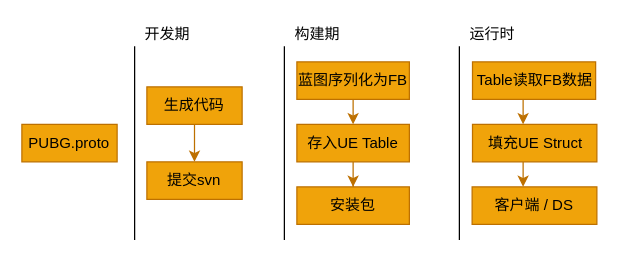
imzoer/design-pattern keeps this draw.io diagram as proto2.drawio. Above is the earlier version. Source tidied: cells renumbered, new cells numbered last; positions are measured from the earlier drawing's top-left corner, leaving out a move shared by most shapes. Both pictures are drawn from the tidied source at 125%, with x=0, y=0 at pixel (21, 21).
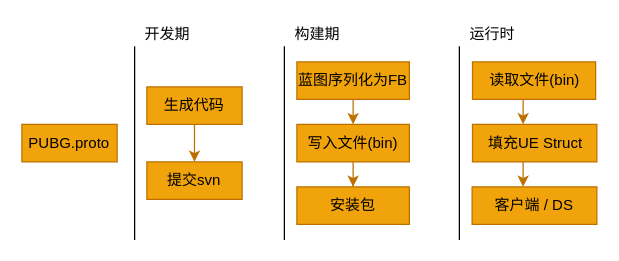
The same page after the edit.

Diff of the diagram source:
```diff
@@
-    <mxCell id="7" value="&lt;font color=&quot;#000000&quot;&gt;存入UE Table&lt;/font&gt;" style="rounded=0;whiteSpace=wrap;html=1;fillColor=#f0a30a;strokeColor=#BD7000;fontColor=#FFFFFF;" parent="1" vertex="1">
+    <mxCell id="7" value="&lt;font color=&quot;#000000&quot;&gt;写入文件(bin)&lt;/font&gt;" style="rounded=0;whiteSpace=wrap;html=1;fillColor=#f0a30a;strokeColor=#BD7000;fontColor=#FFFFFF;" parent="1" vertex="1">
       <mxGeometry x="220" y="82" width="90" height="30" as="geometry" />
     </mxCell>
@@
-    <mxCell id="16" value="&lt;font color=&quot;#000000&quot;&gt;Table读取FB数据&lt;/font&gt;" style="rounded=0;whiteSpace=wrap;html=1;fillColor=#f0a30a;strokeColor=#BD7000;fontColor=#FFFFFF;" parent="1" vertex="1">
+    <mxCell id="16" value="&lt;font color=&quot;#000000&quot;&gt;读取文件(bin)&lt;/font&gt;" style="rounded=0;whiteSpace=wrap;html=1;fillColor=#f0a30a;strokeColor=#BD7000;fontColor=#FFFFFF;" parent="1" vertex="1">
       <mxGeometry x="360.5" y="32" width="98.5" height="30" as="geometry" />
     </mxCell>
```
